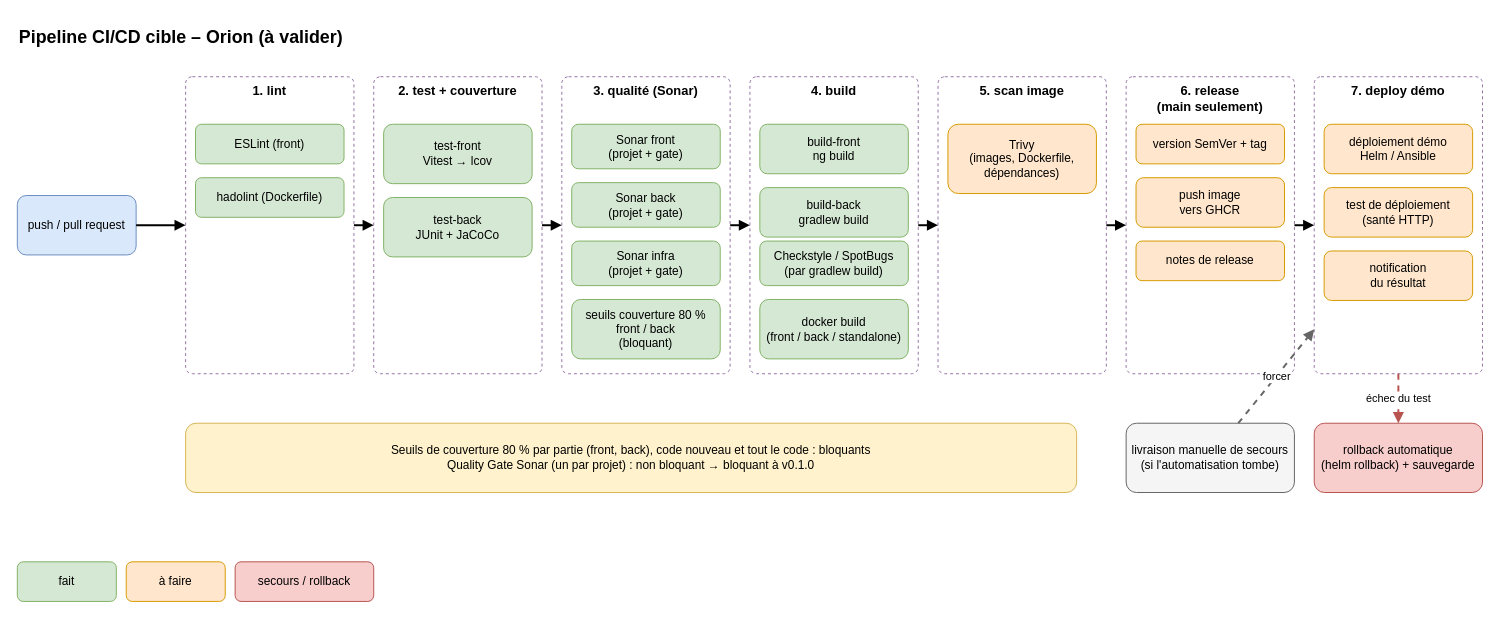
Before: docs/livrables/schema_pipeline_ci_cd.drawio in denoyela-4913/dev-project-06-orion, a draw.io diagram. Source tidied: cells renumbered, new cells numbered last; positions are measured from the earlier drawing's top-left corner, leaving out a move shared by most shapes. Both pictures are drawn from the tidied source at 99%, with x=0, y=0 at pixel (17, 17).
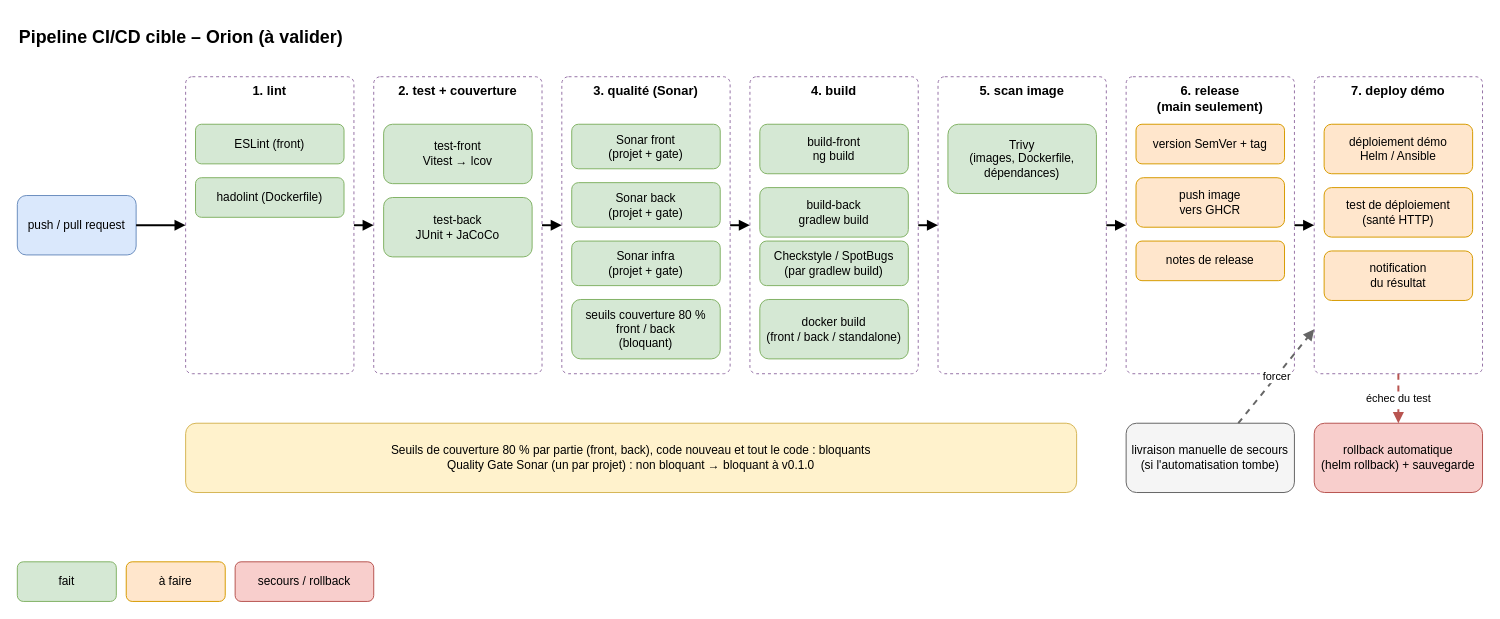
Above is the later version.

Commit message (it also covers changes not shown here):
docs: record the trivy scan and mark it as done in the pipeline diagram

What changed in the source:
```diff
@@
-    <mxCell id="25" value="Trivy&#10;(images, Dockerfile, dépendances)" style="rounded=1;whiteSpace=wrap;html=1;fillColor=#ffe6cc;strokeColor=#d79b00;" parent="1" vertex="1">
+    <mxCell id="25" value="Trivy&#10;(images, Dockerfile, dépendances)" style="rounded=1;whiteSpace=wrap;html=1;fillColor=#d5e8d4;strokeColor=#82b366;" parent="1" vertex="1">
       <mxGeometry x="940" y="108" width="150" height="70" as="geometry" />
     </mxCell>
```
